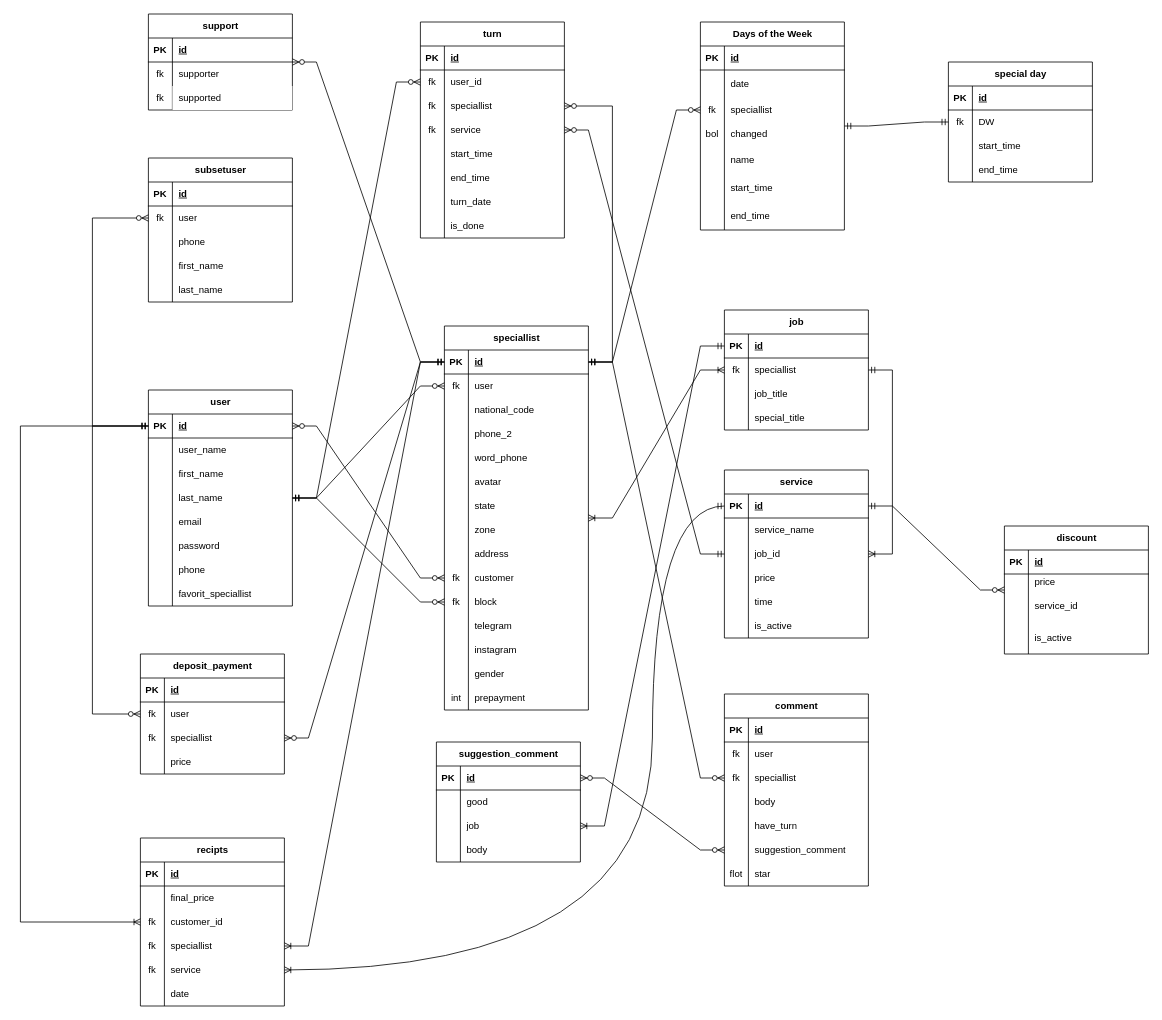
Earlier version of the draw.io diagram Untitled Diagram.drawio (mahdizo3181/downloader). Source tidied: cells renumbered, new cells numbered last; positions are measured from the earlier drawing's top-left corner, leaving out a move shared by most shapes. Both pictures are drawn from the tidied source at 80%, with x=0, y=0 at pixel (20, 14).
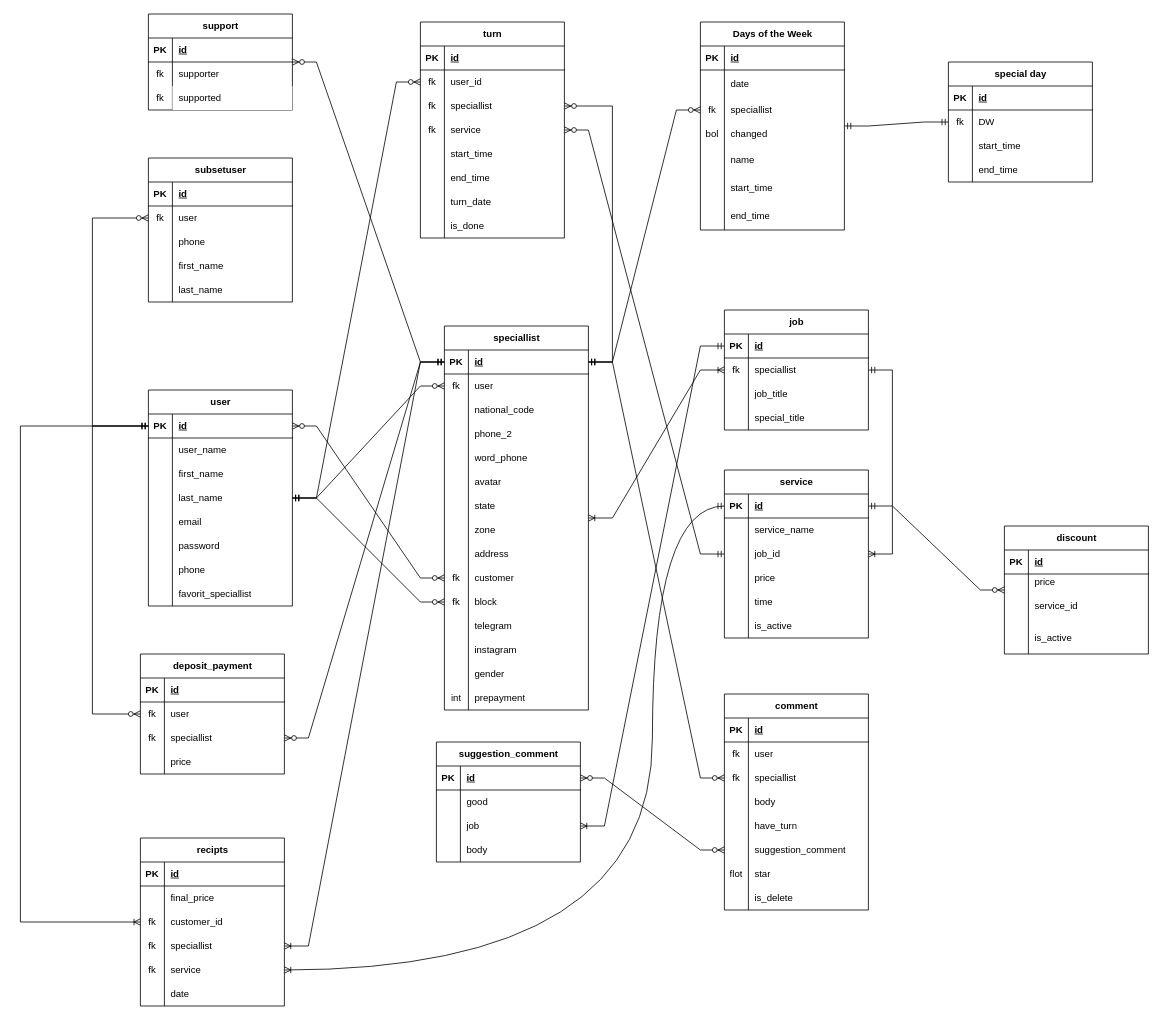
Above is the later version.

Diff of the diagram source:
```diff
@@
     <mxCell id="108" value="comment" style="shape=table;startSize=30;childLayout=tableLayout;rowLines=0;fontStyle=1;align=center;html=1;" parent="1" vertex="1">
-      <mxGeometry x="880" y="850" width="180" height="240" as="geometry" />
+      <mxGeometry x="880" y="850" width="180" height="270" as="geometry" />
     </mxCell>
@@
+    <mxCell id="292" style="shape=tableRow;horizontal=0;startSize=0;swimlaneHead=0;swimlaneBody=0;fillColor=none;top=0;left=0;right=0;bottom=0;" parent="108" vertex="1">
+      <mxGeometry y="240" width="180" height="30" as="geometry" />
+    </mxCell>
+    <mxCell id="293" style="shape=partialRectangle;fillColor=none;top=0;left=0;bottom=0;right=0;overflow=hidden;whiteSpace=wrap;html=1;" parent="292" vertex="1">
+      <mxGeometry width="30" height="30" as="geometry" />
+    </mxCell>
+    <mxCell id="294" value="is_delete" style="shape=partialRectangle;fillColor=none;top=0;left=0;bottom=0;right=0;align=left;spacingLeft=6;overflow=hidden;whiteSpace=wrap;html=1;" parent="292" vertex="1">
+      <mxGeometry x="30" width="150" height="30" as="geometry" />
+    </mxCell>
```
